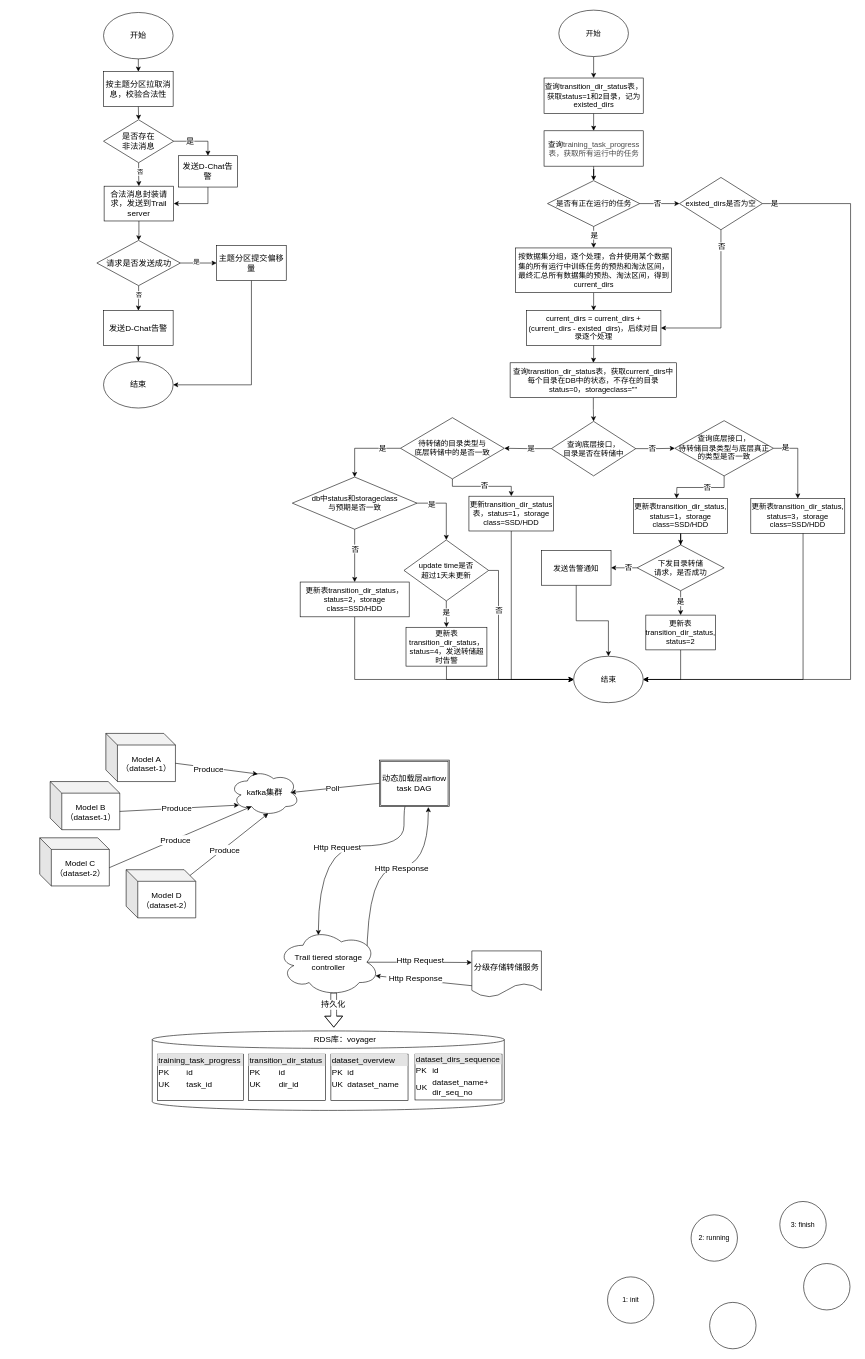
Before: page "二期" (2 of 2) of dynamic_load.drawio in ydh12356890/DiDiDraw, a draw.io diagram. Source tidied: cells renumbered, new cells numbered last; positions are measured from the earlier drawing's top-left corner, leaving out a move shared by most shapes. Both pictures are drawn from the tidied source at 58%, with x=0, y=0 at pixel (39, 10).
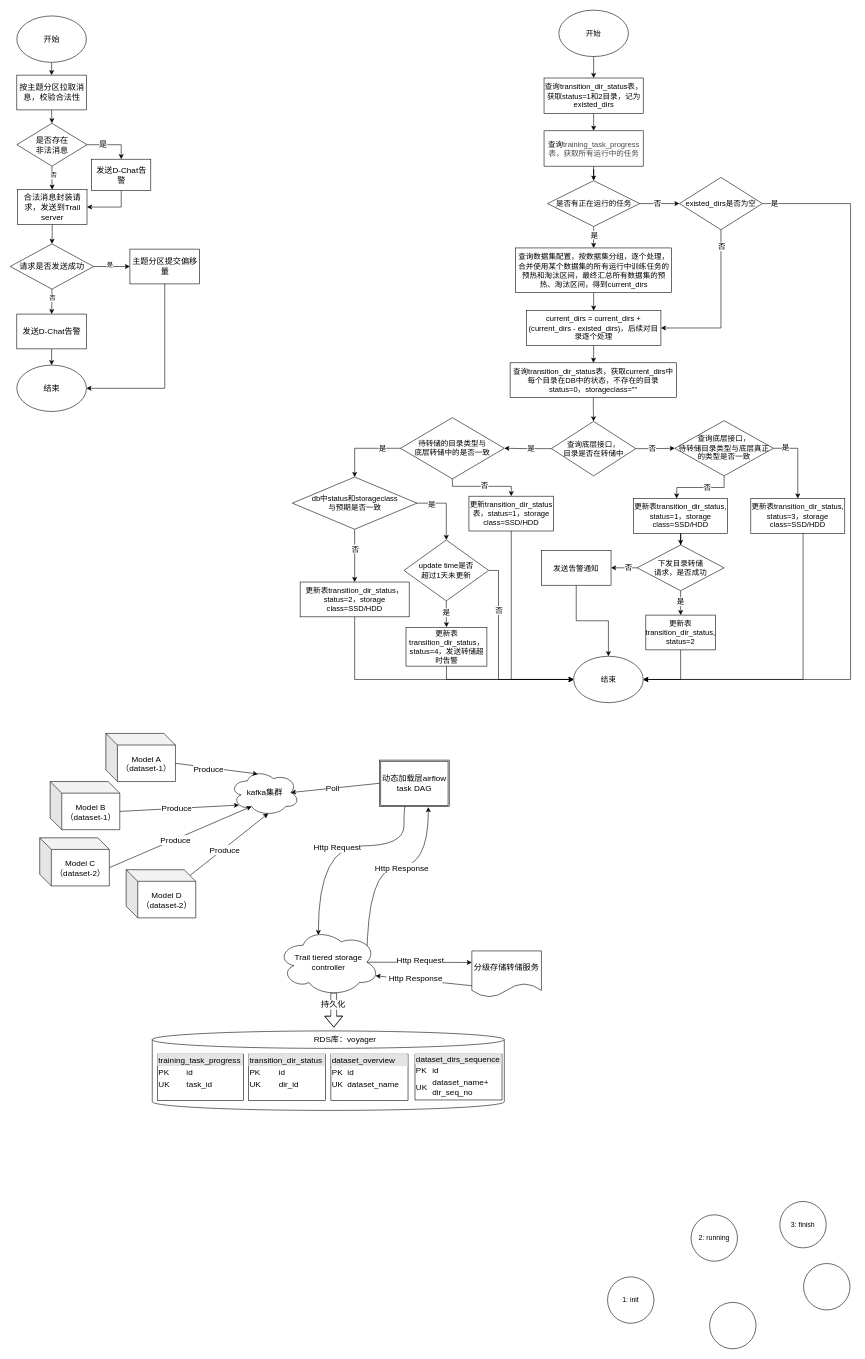
The same page after the edit.

What changed in the source:
```diff
@@
     <mxCell id="3" value="开始" style="ellipse;whiteSpace=wrap;html=1;fontFamily=Helvetica;fontSize=14;" parent="1" vertex="1">
-      <mxGeometry x="110" y="4" width="120" height="80" as="geometry" />
+      <mxGeometry x="-39.5" y="10" width="120" height="80" as="geometry" />
     </mxCell>
     <mxCell id="4" value="结束" style="ellipse;whiteSpace=wrap;html=1;fontFamily=Helvetica;fontSize=14;" parent="1" vertex="1">
-      <mxGeometry x="110" y="606" width="120" height="80" as="geometry" />
+      <mxGeometry x="-39.5" y="612" width="120" height="80" as="geometry" />
     </mxCell>
@@
     <mxCell id="9" value="是否存在&lt;br&gt;非法消息" style="rhombus;whiteSpace=wrap;html=1;fontFamily=Helvetica;fontSize=14;" parent="1" vertex="1">
-      <mxGeometry x="110" y="189" width="121" height="74" as="geometry" />
+      <mxGeometry x="-39.5" y="195" width="121" height="74" as="geometry" />
     </mxCell>
@@
-    <mxCell id="21" value="按数据集分组，逐个处理，合并使用某个数据集的所有运行中训练任务的预热和淘汰区间，最终汇总所有数据集的预热、淘汰区间，得到current_dirs" style="whiteSpace=wrap;html=1;fontFamily=Helvetica;fontSize=13;" parent="1" vertex="1">
+    <mxCell id="21" value="查询数据集配置，按数据集分组，逐个处理，合并使用某个数据集的所有运行中训练任务的预热和淘汰区间，最终汇总所有数据集的预热、淘汰区间，得到current_dirs" style="whiteSpace=wrap;html=1;fontFamily=Helvetica;fontSize=13;" parent="1" vertex="1">
       <mxGeometry x="820.5" y="410" width="269" height="77" as="geometry" />
     </mxCell>
@@
     <mxCell id="23" value="发送D-Chat告警" style="rounded=0;whiteSpace=wrap;html=1;fontFamily=Helvetica;fontSize=14;" parent="1" vertex="1">
-      <mxGeometry x="239" y="251" width="102" height="54" as="geometry" />
+      <mxGeometry x="89.5" y="257" width="102" height="54" as="geometry" />
     </mxCell>
@@
     <mxCell id="119" value="按主题分区拉取消息，校验合法性" style="rounded=0;whiteSpace=wrap;html=1;fontFamily=Helvetica;fontSize=14;" parent="1" vertex="1">
-      <mxGeometry x="110" y="106" width="120" height="60" as="geometry" />
+      <mxGeometry x="-39.5" y="112" width="120" height="60" as="geometry" />
     </mxCell>
@@
     <mxCell id="121" value="合法消息封装请求，发送到Trail server" style="rounded=0;whiteSpace=wrap;html=1;fontFamily=Helvetica;fontSize=14;" parent="1" vertex="1">
-      <mxGeometry x="111" y="303.5" width="120" height="60" as="geometry" />
+      <mxGeometry x="-38.5" y="309.5" width="120" height="60" as="geometry" />
     </mxCell>
@@
     <mxCell id="126" value="请求是否发送成功" style="rhombus;whiteSpace=wrap;html=1;fontSize=14;rounded=0;" parent="1" vertex="1">
-      <mxGeometry x="98.5" y="397" width="144" height="78" as="geometry" />
+      <mxGeometry x="-51" y="403" width="144" height="78" as="geometry" />
     </mxCell>
@@
     <mxCell id="128" value="主题分区提交偏移量" style="whiteSpace=wrap;html=1;fontSize=14;rounded=0;" parent="1" vertex="1">
-      <mxGeometry x="305" y="406" width="120" height="60" as="geometry" />
+      <mxGeometry x="155.5" y="412" width="120" height="60" as="geometry" />
     </mxCell>
@@
     <mxCell id="130" value="发送D-Chat告警" style="whiteSpace=wrap;html=1;fontSize=14;rounded=0;" parent="1" vertex="1">
-      <mxGeometry x="110" y="518" width="120" height="60" as="geometry" />
+      <mxGeometry x="-39.5" y="524" width="120" height="60" as="geometry" />
     </mxCell>
```
